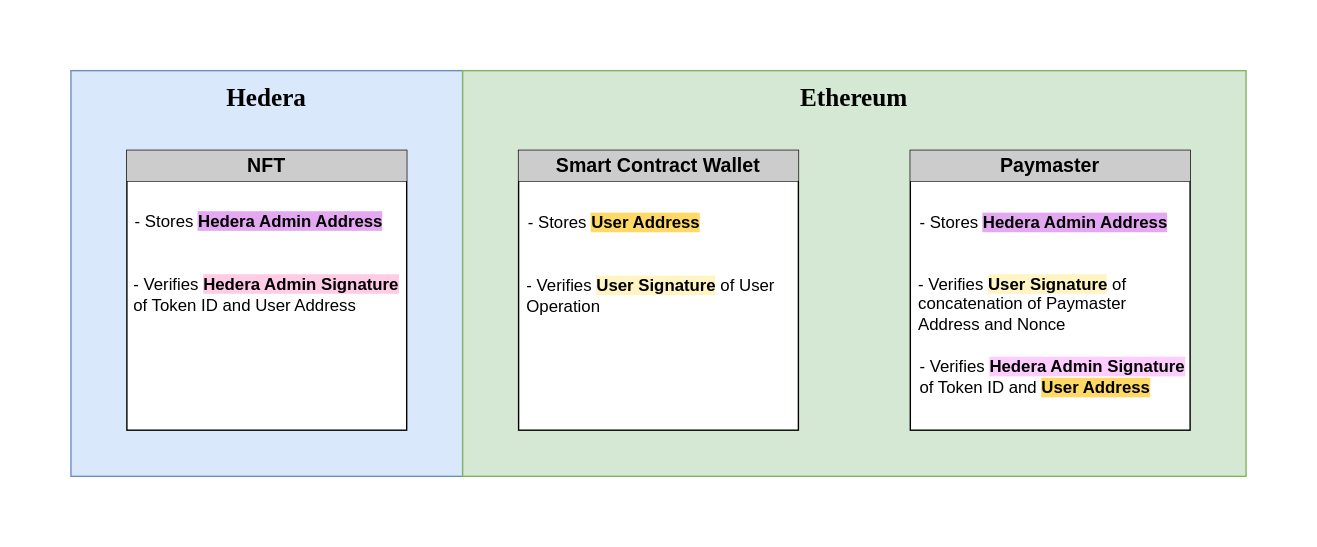
This is assets/Interoperability Diagram.svg from FlyGuy352/CrossChainNFTPaymaster, a draw.io export, as it was before one commit. Source tidied: cells renumbered, new cells last; positions are measured from the earlier drawing's top-left corner, leaving out a move shared by most shapes. Its diagram source:
```xml
<mxGraphModel>
  <root>
    <mxCell id="0" />
    <mxCell id="1" parent="0" />
    <mxCell id="2" style="rounded=0;whiteSpace=wrap;html=1;fillColor=#dae8fc;strokeColor=#6c8ebf;" parent="1" vertex="1">
      <mxGeometry width="280" height="290" as="geometry" />
    </mxCell>
    <mxCell id="3" style="rounded=0;whiteSpace=wrap;html=1;fillColor=#d5e8d4;strokeColor=#82b366;" parent="1" vertex="1">
      <mxGeometry x="280" width="560" height="290" as="geometry" />
    </mxCell>
    <mxCell id="4" value="&lt;b&gt;&lt;font style=&quot;font-size: 18px;&quot; face=&quot;Tahoma&quot;&gt;Hedera&lt;/font&gt;&lt;/b&gt;" style="text;html=1;whiteSpace=wrap;strokeColor=none;fillColor=none;align=center;verticalAlign=middle;rounded=0;" parent="1" vertex="1">
      <mxGeometry y="5" width="280" height="30" as="geometry" />
    </mxCell>
    <mxCell id="5" value="&lt;b&gt;&lt;font style=&quot;font-size: 18px;&quot; face=&quot;Tahoma&quot;&gt;Ethereum&lt;/font&gt;&lt;/b&gt;" style="text;html=1;whiteSpace=wrap;strokeColor=none;fillColor=none;align=center;verticalAlign=middle;rounded=0;" parent="1" vertex="1">
      <mxGeometry x="280" y="5" width="560" height="30" as="geometry" />
    </mxCell>
    <mxCell id="6" style="group;" parent="1" vertex="1">
      <mxGeometry x="40" y="57" width="200" height="200" as="geometry" />
    </mxCell>
    <mxCell id="7" style="group;" parent="6" vertex="1">
      <mxGeometry width="200" height="200" as="geometry" />
    </mxCell>
    <mxCell id="8" style="whiteSpace=wrap;html=1;" parent="7" vertex="1">
      <mxGeometry width="200" height="200" as="geometry" />
    </mxCell>
    <mxCell id="9" style="endArrow=none;html=1;rounded=0;" parent="7" edge="1">
      <mxGeometry relative="1" as="geometry">
        <mxPoint y="22" as="sourcePoint" />
        <mxPoint x="200" y="22" as="targetPoint" />
      </mxGeometry>
    </mxCell>
    <mxCell id="10" value="- Stores &lt;b style=&quot;background-color: light-dark(rgb(228, 167, 241), rgb(228, 167, 241));&quot;&gt;Hedera Admin Address&lt;/b&gt;" style="text;html=1;whiteSpace=wrap;strokeColor=none;fillColor=none;align=left;verticalAlign=middle;rounded=0;" parent="7" vertex="1">
      <mxGeometry x="4" y="36" width="200" height="30" as="geometry" />
    </mxCell>
    <mxCell id="11" value="- Verifies &lt;b style=&quot;background-color: rgb(255, 204, 230);&quot;&gt;Hedera Admin Signature&lt;/b&gt; of Token ID and User Address" style="text;html=1;whiteSpace=wrap;strokeColor=none;fillColor=none;align=left;verticalAlign=middle;rounded=0;" parent="7" vertex="1">
      <mxGeometry x="3" y="88" width="197" height="30" as="geometry" />
    </mxCell>
    <mxCell id="12" value="&lt;b&gt;&lt;font style=&quot;font-size: 14px;&quot;&gt;NFT&lt;/font&gt;&lt;/b&gt;" style="text;html=1;whiteSpace=wrap;strokeColor=none;fillColor=#CCCCCC;align=center;verticalAlign=middle;rounded=0;" parent="6" vertex="1">
      <mxGeometry width="200" height="22" as="geometry" />
    </mxCell>
    <mxCell id="13" style="group;" parent="1" vertex="1">
      <mxGeometry x="600" y="57" width="205" height="200" as="geometry" />
    </mxCell>
    <mxCell id="14" style="group;" parent="13" vertex="1">
      <mxGeometry width="205" height="200" as="geometry" />
    </mxCell>
    <mxCell id="15" style="whiteSpace=wrap;html=1;" parent="14" vertex="1">
      <mxGeometry width="200" height="200" as="geometry" />
    </mxCell>
    <mxCell id="16" style="endArrow=none;html=1;rounded=0;" parent="14" edge="1">
      <mxGeometry relative="1" as="geometry">
        <mxPoint y="22" as="sourcePoint" />
        <mxPoint x="200" y="22" as="targetPoint" />
      </mxGeometry>
    </mxCell>
    <mxCell id="17" value="- Stores &lt;b style=&quot;background-color: rgb(228, 167, 241);&quot;&gt;Hedera Admin Address&lt;/b&gt;" style="text;html=1;whiteSpace=wrap;strokeColor=none;fillColor=none;align=left;verticalAlign=middle;rounded=0;" parent="14" vertex="1">
      <mxGeometry x="5" y="37" width="200" height="30" as="geometry" />
    </mxCell>
    <mxCell id="18" value="- Verifies &lt;b style=&quot;background-color: rgb(255, 244, 195);&quot;&gt;User Signature&lt;/b&gt; of concatenation of Paymaster Address and Nonce" style="text;html=1;whiteSpace=wrap;strokeColor=none;fillColor=none;align=left;verticalAlign=middle;rounded=0;" parent="14" vertex="1">
      <mxGeometry x="4" y="95" width="186" height="30" as="geometry" />
    </mxCell>
    <mxCell id="19" value="- Verifies &lt;span style=&quot;background-color: rgb(255, 204, 255);&quot;&gt;&lt;b style=&quot;&quot;&gt;Hedera Admin Signa&lt;/b&gt;&lt;b style=&quot;&quot;&gt;tur&lt;/b&gt;&lt;b style=&quot;&quot;&gt;e&lt;/b&gt;&lt;/span&gt; of Token ID and &lt;span style=&quot;background-color: rgb(255, 217, 102);&quot;&gt;&lt;b&gt;User Address&lt;/b&gt;&lt;/span&gt;" style="text;html=1;whiteSpace=wrap;strokeColor=none;fillColor=none;align=left;verticalAlign=middle;rounded=0;" parent="14" vertex="1">
      <mxGeometry x="5" y="147" width="195" height="30" as="geometry" />
    </mxCell>
    <mxCell id="20" value="&lt;b&gt;&lt;font style=&quot;font-size: 14px;&quot;&gt;Paymaster&lt;/font&gt;&lt;/b&gt;" style="text;html=1;whiteSpace=wrap;strokeColor=none;fillColor=#CCCCCC;align=center;verticalAlign=middle;rounded=0;" parent="13" vertex="1">
      <mxGeometry width="200" height="22" as="geometry" />
    </mxCell>
    <mxCell id="21" style="group;" parent="1" vertex="1">
      <mxGeometry x="320" y="57" width="201" height="200" as="geometry" />
    </mxCell>
    <mxCell id="22" style="whiteSpace=wrap;html=1;" parent="21" vertex="1">
      <mxGeometry width="200" height="200" as="geometry" />
    </mxCell>
    <mxCell id="23" style="endArrow=none;html=1;rounded=0;" parent="21" edge="1">
      <mxGeometry relative="1" as="geometry">
        <mxPoint y="22" as="sourcePoint" />
        <mxPoint x="200" y="22" as="targetPoint" />
      </mxGeometry>
    </mxCell>
    <mxCell id="24" value="&lt;b&gt;&lt;font style=&quot;font-size: 14px;&quot;&gt;Smart Contract Wallet&lt;/font&gt;&lt;/b&gt;" style="text;html=1;whiteSpace=wrap;strokeColor=none;fillColor=#CCCCCC;align=center;verticalAlign=middle;rounded=0;" parent="21" vertex="1">
      <mxGeometry width="200" height="22" as="geometry" />
    </mxCell>
    <mxCell id="25" value="- Stores &lt;b style=&quot;background-color: rgb(255, 217, 102);&quot;&gt;User Address&lt;/b&gt;" style="text;html=1;whiteSpace=wrap;strokeColor=none;fillColor=none;align=left;verticalAlign=middle;rounded=0;" parent="21" vertex="1">
      <mxGeometry x="5" y="37" width="200" height="30" as="geometry" />
    </mxCell>
    <mxCell id="26" value="- Verifies &lt;b style=&quot;background-color: rgb(255, 244, 195);&quot;&gt;User Signature&lt;/b&gt; of User Operation" style="text;html=1;whiteSpace=wrap;strokeColor=none;fillColor=none;align=left;verticalAlign=middle;rounded=0;" parent="21" vertex="1">
      <mxGeometry x="4" y="89" width="200" height="30" as="geometry" />
    </mxCell>
  </root>
</mxGraphModel>
```
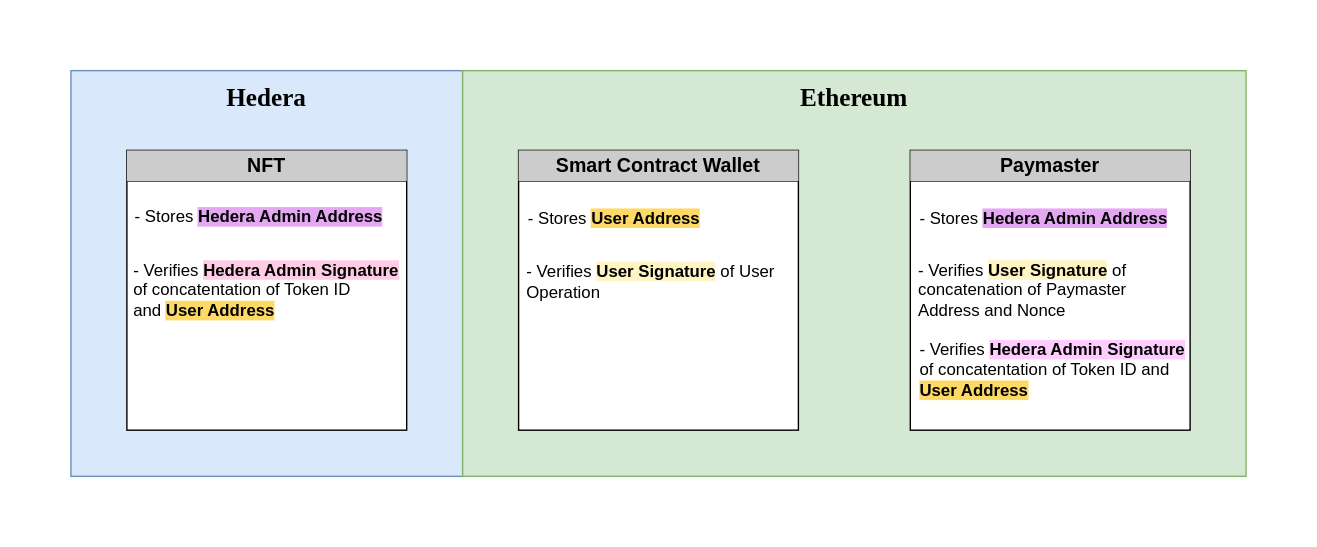
The same diagram one commit later.

Change to the diagram source:
```diff
@@ -30,10 +30,10 @@
       </mxGeometry>
     </mxCell>
     <mxCell id="10" value="- Stores &lt;b style=&quot;background-color: light-dark(rgb(228, 167, 241), rgb(228, 167, 241));&quot;&gt;Hedera Admin Address&lt;/b&gt;" style="text;html=1;whiteSpace=wrap;strokeColor=none;fillColor=none;align=left;verticalAlign=middle;rounded=0;" parent="7" vertex="1">
-      <mxGeometry x="4" y="36" width="200" height="30" as="geometry" />
+      <mxGeometry x="4" y="33" width="200" height="30" as="geometry" />
     </mxCell>
-    <mxCell id="11" value="- Verifies &lt;b style=&quot;background-color: rgb(255, 204, 230);&quot;&gt;Hedera Admin Signature&lt;/b&gt; of Token ID and User Address" style="text;html=1;whiteSpace=wrap;strokeColor=none;fillColor=none;align=left;verticalAlign=middle;rounded=0;" parent="7" vertex="1">
-      <mxGeometry x="3" y="88" width="197" height="30" as="geometry" />
+    <mxCell id="11" value="- Verifies &lt;b style=&quot;background-color: rgb(255, 204, 230);&quot;&gt;Hedera Admin Signature&lt;/b&gt; of concatentation of Token ID and&amp;nbsp;&lt;b style=&quot;background-color: rgb(255, 217, 102);&quot;&gt;User Address&lt;/b&gt;" style="text;html=1;whiteSpace=wrap;strokeColor=none;fillColor=none;align=left;verticalAlign=middle;rounded=0;" parent="7" vertex="1">
+      <mxGeometry x="3" y="85" width="197" height="30" as="geometry" />
     </mxCell>
     <mxCell id="12" value="&lt;b&gt;&lt;font style=&quot;font-size: 14px;&quot;&gt;NFT&lt;/font&gt;&lt;/b&gt;" style="text;html=1;whiteSpace=wrap;strokeColor=none;fillColor=#CCCCCC;align=center;verticalAlign=middle;rounded=0;" parent="6" vertex="1">
       <mxGeometry width="200" height="22" as="geometry" />
@@ -54,13 +54,13 @@
       </mxGeometry>
     </mxCell>
     <mxCell id="17" value="- Stores &lt;b style=&quot;background-color: rgb(228, 167, 241);&quot;&gt;Hedera Admin Address&lt;/b&gt;" style="text;html=1;whiteSpace=wrap;strokeColor=none;fillColor=none;align=left;verticalAlign=middle;rounded=0;" parent="14" vertex="1">
-      <mxGeometry x="5" y="37" width="200" height="30" as="geometry" />
+      <mxGeometry x="5" y="34" width="200" height="30" as="geometry" />
     </mxCell>
     <mxCell id="18" value="- Verifies &lt;b style=&quot;background-color: rgb(255, 244, 195);&quot;&gt;User Signature&lt;/b&gt; of concatenation of Paymaster Address and Nonce" style="text;html=1;whiteSpace=wrap;strokeColor=none;fillColor=none;align=left;verticalAlign=middle;rounded=0;" parent="14" vertex="1">
-      <mxGeometry x="4" y="95" width="186" height="30" as="geometry" />
+      <mxGeometry x="4" y="85" width="186" height="30" as="geometry" />
     </mxCell>
-    <mxCell id="19" value="- Verifies &lt;span style=&quot;background-color: rgb(255, 204, 255);&quot;&gt;&lt;b style=&quot;&quot;&gt;Hedera Admin Signa&lt;/b&gt;&lt;b style=&quot;&quot;&gt;tur&lt;/b&gt;&lt;b style=&quot;&quot;&gt;e&lt;/b&gt;&lt;/span&gt; of Token ID and &lt;span style=&quot;background-color: rgb(255, 217, 102);&quot;&gt;&lt;b&gt;User Address&lt;/b&gt;&lt;/span&gt;" style="text;html=1;whiteSpace=wrap;strokeColor=none;fillColor=none;align=left;verticalAlign=middle;rounded=0;" parent="14" vertex="1">
-      <mxGeometry x="5" y="147" width="195" height="30" as="geometry" />
+    <mxCell id="19" value="- Verifies &lt;span style=&quot;background-color: rgb(255, 204, 255);&quot;&gt;&lt;b style=&quot;&quot;&gt;Hedera Admin Signa&lt;/b&gt;&lt;b style=&quot;&quot;&gt;tur&lt;/b&gt;&lt;b style=&quot;&quot;&gt;e&lt;/b&gt;&lt;/span&gt; of concatentation of Token ID and &lt;span style=&quot;background-color: rgb(255, 217, 102);&quot;&gt;&lt;b&gt;User Address&lt;/b&gt;&lt;/span&gt;" style="text;html=1;whiteSpace=wrap;strokeColor=none;fillColor=none;align=left;verticalAlign=middle;rounded=0;" parent="14" vertex="1">
+      <mxGeometry x="5" y="142" width="195" height="30" as="geometry" />
     </mxCell>
     <mxCell id="20" value="&lt;b&gt;&lt;font style=&quot;font-size: 14px;&quot;&gt;Paymaster&lt;/font&gt;&lt;/b&gt;" style="text;html=1;whiteSpace=wrap;strokeColor=none;fillColor=#CCCCCC;align=center;verticalAlign=middle;rounded=0;" parent="13" vertex="1">
       <mxGeometry width="200" height="22" as="geometry" />
@@ -81,10 +81,10 @@
       <mxGeometry width="200" height="22" as="geometry" />
     </mxCell>
     <mxCell id="25" value="- Stores &lt;b style=&quot;background-color: rgb(255, 217, 102);&quot;&gt;User Address&lt;/b&gt;" style="text;html=1;whiteSpace=wrap;strokeColor=none;fillColor=none;align=left;verticalAlign=middle;rounded=0;" parent="21" vertex="1">
-      <mxGeometry x="5" y="37" width="200" height="30" as="geometry" />
+      <mxGeometry x="5" y="34" width="200" height="30" as="geometry" />
     </mxCell>
     <mxCell id="26" value="- Verifies &lt;b style=&quot;background-color: rgb(255, 244, 195);&quot;&gt;User Signature&lt;/b&gt; of User Operation" style="text;html=1;whiteSpace=wrap;strokeColor=none;fillColor=none;align=left;verticalAlign=middle;rounded=0;" parent="21" vertex="1">
-      <mxGeometry x="4" y="89" width="200" height="30" as="geometry" />
+      <mxGeometry x="4" y="79" width="200" height="30" as="geometry" />
     </mxCell>
   </root>
 </mxGraphModel>
```
